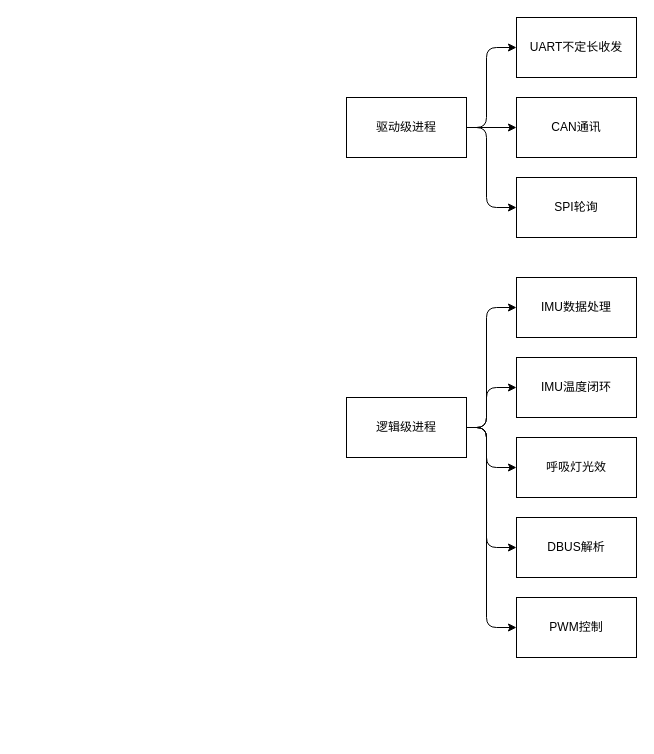
Earlier version of the draw.io diagram Documents/软件架构.drawio (Q1anWan/ControlBordL4). Source tidied: cells renumbered, new cells numbered last; positions are measured from the earlier drawing's top-left corner, leaving out a move shared by most shapes. Both pictures are drawn from the tidied source at 100%, with x=0, y=0 at pixel (346, 17).
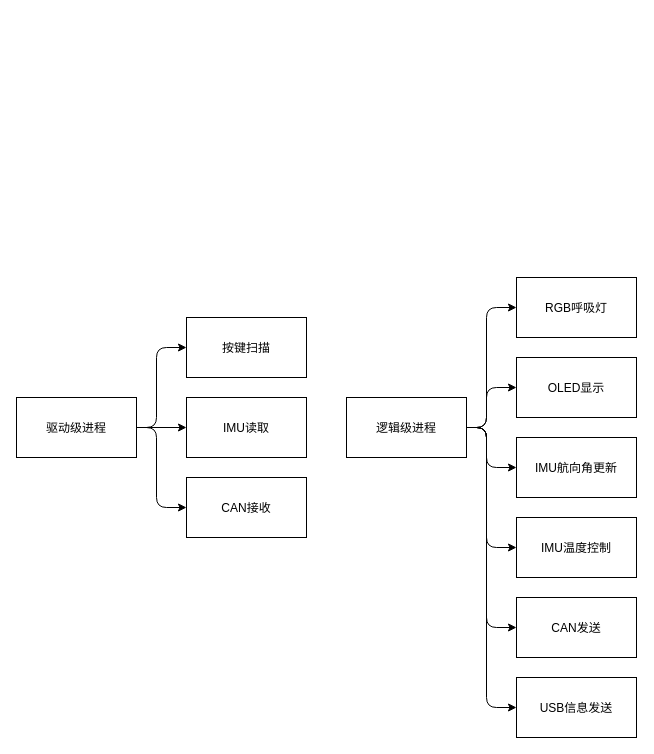
The same page after the edit.

Diff of the diagram source:
```diff
@@
-    <mxCell id="2" value="驱动级进程" style="rounded=0;whiteSpace=wrap;html=1;" parent="1" vertex="1">
-      <mxGeometry y="80" width="120" height="60" as="geometry" />
+    <mxCell id="2" value="驱动级进程" style="rounded=0;" parent="1" vertex="1">
+      <mxGeometry x="-330" y="380" width="120" height="60" as="geometry" />
     </mxCell>
-    <mxCell id="3" value="逻辑级进程" style="rounded=0;whiteSpace=wrap;html=1;" parent="1" vertex="1">
+    <mxCell id="3" value="逻辑级进程" style="rounded=0;" parent="1" vertex="1">
       <mxGeometry y="380" width="120" height="60" as="geometry" />
     </mxCell>
-    <mxCell id="4" value="UART不定长收发" style="rounded=0;whiteSpace=wrap;html=1;" parent="1" vertex="1">
-      <mxGeometry x="170" width="120" height="60" as="geometry" />
+    <mxCell id="4" value="按键扫描" style="rounded=0;" parent="1" vertex="1">
+      <mxGeometry x="-160" y="300" width="120" height="60" as="geometry" />
     </mxCell>
-    <mxCell id="5" value="CAN通讯" style="rounded=0;whiteSpace=wrap;html=1;" parent="1" vertex="1">
-      <mxGeometry x="170" y="80" width="120" height="60" as="geometry" />
+    <mxCell id="5" value="IMU读取" style="rounded=0;" parent="1" vertex="1">
+      <mxGeometry x="-160" y="380" width="120" height="60" as="geometry" />
     </mxCell>
-    <mxCell id="6" value="SPI轮询" style="rounded=0;whiteSpace=wrap;html=1;" parent="1" vertex="1">
-      <mxGeometry x="170" y="160" width="120" height="60" as="geometry" />
+    <mxCell id="6" value="CAN接收" style="rounded=0;" parent="1" vertex="1">
+      <mxGeometry x="-160" y="460" width="120" height="60" as="geometry" />
     </mxCell>
-    <mxCell id="7" value="IMU数据处理" style="rounded=0;whiteSpace=wrap;html=1;" parent="1" vertex="1">
+    <mxCell id="7" value="RGB呼吸灯" style="rounded=0;" parent="1" vertex="1">
       <mxGeometry x="170" y="260" width="120" height="60" as="geometry" />
     </mxCell>
-    <mxCell id="8" value="IMU温度闭环" style="rounded=0;whiteSpace=wrap;html=1;" parent="1" vertex="1">
+    <mxCell id="8" value="OLED显示" style="rounded=0;" parent="1" vertex="1">
       <mxGeometry x="170" y="340" width="120" height="60" as="geometry" />
     </mxCell>
-    <mxCell id="9" value="呼吸灯光效" style="rounded=0;whiteSpace=wrap;html=1;" parent="1" vertex="1">
+    <mxCell id="9" value="IMU航向角更新" style="rounded=0;" parent="1" vertex="1">
       <mxGeometry x="170" y="420" width="120" height="60" as="geometry" />
     </mxCell>
-    <mxCell id="10" value="DBUS解析" style="rounded=0;whiteSpace=wrap;html=1;" parent="1" vertex="1">
+    <mxCell id="10" value="IMU温度控制" style="rounded=0;" parent="1" vertex="1">
       <mxGeometry x="170" y="500" width="120" height="60" as="geometry" />
     </mxCell>
-    <mxCell id="11" style="endArrow=classic;html=1;exitX=1;exitY=0.5;exitDx=0;exitDy=0;entryX=0;entryY=0.5;entryDx=0;entryDy=0;" parent="1" edge="1" source="3" target="7">
+    <mxCell id="11" style="endArrow=classic;exitX=1;exitY=0.5;exitDx=0;exitDy=0;entryX=0;entryY=0.5;entryDx=0;entryDy=0;" parent="1" edge="1" source="3" target="7">
       <mxGeometry relative="1" as="geometry">
         <Array as="points">
           <mxPoint x="140" y="410" />
           <mxPoint x="140" y="290" />
         </Array>
       </mxGeometry>
     </mxCell>
-    <mxCell id="12" style="endArrow=classic;html=1;exitX=1;exitY=0.5;exitDx=0;exitDy=0;entryX=0;entryY=0.5;entryDx=0;entryDy=0;" parent="1" edge="1" source="3" target="8">
+    <mxCell id="12" style="endArrow=classic;exitX=1;exitY=0.5;exitDx=0;exitDy=0;entryX=0;entryY=0.5;entryDx=0;entryDy=0;" parent="1" edge="1" source="3" target="8">
       <mxGeometry relative="1" as="geometry">
         <Array as="points">
           <mxPoint x="140" y="410" />
           <mxPoint x="140" y="370" />
         </Array>
       </mxGeometry>
     </mxCell>
-    <mxCell id="13" style="endArrow=classic;html=1;exitX=1;exitY=0.5;exitDx=0;exitDy=0;entryX=0;entryY=0.5;entryDx=0;entryDy=0;" parent="1" edge="1" source="3" target="9">
+    <mxCell id="13" style="endArrow=classic;exitX=1;exitY=0.5;exitDx=0;exitDy=0;entryX=0;entryY=0.5;entryDx=0;entryDy=0;" parent="1" edge="1" source="3" target="9">
       <mxGeometry relative="1" as="geometry">
         <Array as="points">
           <mxPoint x="140" y="410" />
           <mxPoint x="140" y="450" />
         </Array>
       </mxGeometry>
     </mxCell>
-    <mxCell id="14" style="endArrow=classic;html=1;exitX=1;exitY=0.5;exitDx=0;exitDy=0;entryX=0;entryY=0.5;entryDx=0;entryDy=0;" parent="1" edge="1" source="3" target="10">
+    <mxCell id="14" style="endArrow=classic;exitX=1;exitY=0.5;exitDx=0;exitDy=0;entryX=0;entryY=0.5;entryDx=0;entryDy=0;" parent="1" edge="1" source="3" target="10">
       <mxGeometry relative="1" as="geometry">
         <Array as="points">
           <mxPoint x="140" y="410" />
           <mxPoint x="140" y="530" />
         </Array>
       </mxGeometry>
     </mxCell>
-    <mxCell id="15" value="PWM控制" style="rounded=0;whiteSpace=wrap;html=1;" parent="1" vertex="1">
+    <mxCell id="15" value="CAN发送" style="rounded=0;" parent="1" vertex="1">
       <mxGeometry x="170" y="580" width="120" height="60" as="geometry" />
     </mxCell>
-    <mxCell id="16" style="endArrow=classic;html=1;exitX=1;exitY=0.5;exitDx=0;exitDy=0;entryX=0;entryY=0.5;entryDx=0;entryDy=0;" parent="1" edge="1" source="3" target="15">
+    <mxCell id="16" style="endArrow=classic;exitX=1;exitY=0.5;exitDx=0;exitDy=0;entryX=0;entryY=0.5;entryDx=0;entryDy=0;" parent="1" edge="1" source="3" target="15">
       <mxGeometry relative="1" as="geometry">
         <Array as="points">
           <mxPoint x="140" y="410" />
           <mxPoint x="140" y="610" />
         </Array>
       </mxGeometry>
     </mxCell>
-    <mxCell id="17" style="endArrow=classic;html=1;exitX=1;exitY=0.5;exitDx=0;exitDy=0;entryX=0;entryY=0.5;entryDx=0;entryDy=0;" parent="1" edge="1" source="2" target="4">
+    <mxCell id="17" style="endArrow=classic;exitX=1;exitY=0.5;exitDx=0;exitDy=0;entryX=0;entryY=0.5;entryDx=0;entryDy=0;" parent="1" edge="1" source="2" target="4">
       <mxGeometry relative="1" as="geometry">
         <Array as="points">
-          <mxPoint x="140" y="110" />
-          <mxPoint x="140" y="30" />
+          <mxPoint x="-190" y="410" />
+          <mxPoint x="-190" y="330" />
         </Array>
       </mxGeometry>
     </mxCell>
-    <mxCell id="18" style="endArrow=classic;html=1;entryX=0;entryY=0.5;entryDx=0;entryDy=0;" parent="1" edge="1" target="5">
+    <mxCell id="18" style="endArrow=classic;entryX=0;entryY=0.5;entryDx=0;entryDy=0;" parent="1" edge="1" target="5">
       <mxGeometry relative="1" as="geometry">
-        <mxPoint x="120" y="110" as="sourcePoint" />
+        <mxPoint x="-210" y="410" as="sourcePoint" />
       </mxGeometry>
     </mxCell>
-    <mxCell id="19" style="endArrow=classic;html=1;exitX=1;exitY=0.5;exitDx=0;exitDy=0;entryX=0;entryY=0.5;entryDx=0;entryDy=0;" parent="1" edge="1" source="2" target="6">
+    <mxCell id="19" style="endArrow=classic;exitX=1;exitY=0.5;exitDx=0;exitDy=0;entryX=0;entryY=0.5;entryDx=0;entryDy=0;" parent="1" edge="1" source="2" target="6">
       <mxGeometry relative="1" as="geometry">
         <Array as="points">
-          <mxPoint x="140" y="110" />
-          <mxPoint x="140" y="190" />
+          <mxPoint x="-190" y="410" />
+          <mxPoint x="-190" y="490" />
         </Array>
       </mxGeometry>
     </mxCell>
+    <mxCell id="20" value="USB信息发送" style="rounded=0;" parent="1" vertex="1">
+      <mxGeometry x="170" y="660" width="120" height="60" as="geometry" />
+    </mxCell>
+    <mxCell id="21" style="endArrow=classic;html=1;exitX=1;exitY=0.5;exitDx=0;exitDy=0;entryX=0;entryY=0.5;entryDx=0;entryDy=0;" parent="1" edge="1" source="3" target="20">
+      <mxGeometry relative="1" as="geometry">
+        <Array as="points">
+          <mxPoint x="140" y="410" />
+          <mxPoint x="140" y="690" />
+        </Array>
+      </mxGeometry>
+    </mxCell>
```
